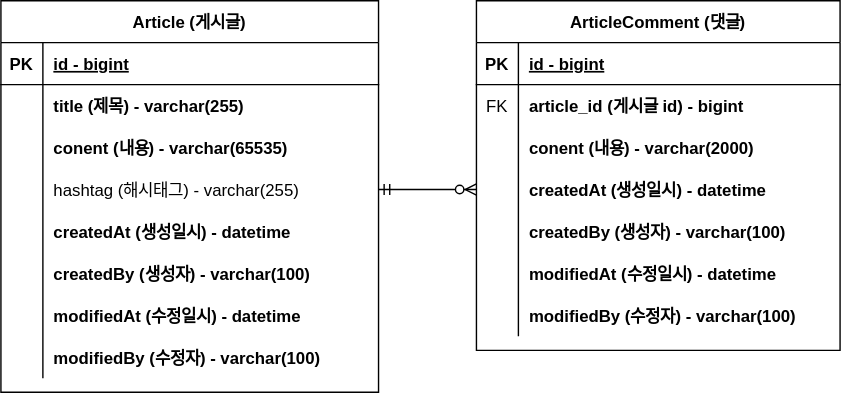
This is document/project-board-erd.svg from djkeh/fastcampus-project-board, a draw.io export, as it was before one commit. Source tidied: cells renumbered, new cells last; positions are measured from the earlier drawing's top-left corner, leaving out a move shared by most shapes. Source of this version:
```xml
<mxGraphModel>
  <root>
    <mxCell id="0" />
    <mxCell id="1" parent="0" />
    <mxCell id="2" value="Article (게시글)" style="shape=table;startSize=30;rowLines=0;fontStyle=1;align=center;" parent="1" vertex="1">
      <mxGeometry width="270" height="280" as="geometry" />
    </mxCell>
    <mxCell id="3" style="shape=tableRow;horizontal=0;startSize=0;swimlaneHead=0;swimlaneBody=0;fillColor=none;top=0;left=0;right=0;bottom=1;" parent="2" vertex="1">
      <mxGeometry y="30" width="270" height="30" as="geometry" />
    </mxCell>
    <mxCell id="4" value="PK" style="shape=partialRectangle;fillColor=none;top=0;left=0;bottom=0;right=0;fontStyle=1;overflow=hidden;" parent="3" vertex="1">
      <mxGeometry width="30" height="30" as="geometry" />
    </mxCell>
    <mxCell id="5" value="id - bigint" style="shape=partialRectangle;fillColor=none;top=0;left=0;bottom=0;right=0;align=left;spacingLeft=6;fontStyle=5;overflow=hidden;" parent="3" vertex="1">
      <mxGeometry x="30" width="240" height="30" as="geometry" />
    </mxCell>
    <mxCell id="6" style="shape=tableRow;horizontal=0;startSize=0;swimlaneHead=0;swimlaneBody=0;fillColor=none;top=0;left=0;right=0;bottom=0;" parent="2" vertex="1">
      <mxGeometry y="60" width="270" height="30" as="geometry" />
    </mxCell>
    <mxCell id="7" style="shape=partialRectangle;fillColor=none;top=0;left=0;bottom=0;right=0;overflow=hidden;" parent="6" vertex="1">
      <mxGeometry width="30" height="30" as="geometry" />
    </mxCell>
    <mxCell id="8" value="title (제목) - varchar(255)" style="shape=partialRectangle;fillColor=none;top=0;left=0;bottom=0;right=0;align=left;spacingLeft=6;overflow=hidden;fontStyle=1;" parent="6" vertex="1">
      <mxGeometry x="30" width="240" height="30" as="geometry" />
    </mxCell>
    <mxCell id="9" style="shape=tableRow;horizontal=0;startSize=0;swimlaneHead=0;swimlaneBody=0;fillColor=none;top=0;left=0;right=0;bottom=0;" parent="2" vertex="1">
      <mxGeometry y="90" width="270" height="30" as="geometry" />
    </mxCell>
    <mxCell id="10" style="shape=partialRectangle;fillColor=none;top=0;left=0;bottom=0;right=0;overflow=hidden;" parent="9" vertex="1">
      <mxGeometry width="30" height="30" as="geometry" />
    </mxCell>
    <mxCell id="11" value="conent (내용) - varchar(65535)" style="shape=partialRectangle;fillColor=none;top=0;left=0;bottom=0;right=0;align=left;spacingLeft=6;overflow=hidden;fontStyle=1;" parent="9" vertex="1">
      <mxGeometry x="30" width="240" height="30" as="geometry" />
    </mxCell>
    <mxCell id="12" style="shape=tableRow;horizontal=0;startSize=0;swimlaneHead=0;swimlaneBody=0;fillColor=none;points=[[0,0.5],[1,0.5]];portConstraint=eastwest;top=0;left=0;right=0;bottom=0;" parent="2" vertex="1">
      <mxGeometry y="120" width="270" height="30" as="geometry" />
    </mxCell>
    <mxCell id="13" style="shape=partialRectangle;fillColor=none;top=0;left=0;bottom=0;right=0;overflow=hidden;" parent="12" vertex="1">
      <mxGeometry width="30" height="30" as="geometry" />
    </mxCell>
    <mxCell id="14" value="hashtag (해시태그) - varchar(255)" style="shape=partialRectangle;fillColor=none;top=0;left=0;bottom=0;right=0;align=left;spacingLeft=6;overflow=hidden;" parent="12" vertex="1">
      <mxGeometry x="30" width="240" height="30" as="geometry" />
    </mxCell>
    <mxCell id="15" style="shape=tableRow;horizontal=0;startSize=0;swimlaneHead=0;swimlaneBody=0;fillColor=none;top=0;left=0;right=0;bottom=0;" parent="2" vertex="1">
      <mxGeometry y="150" width="270" height="30" as="geometry" />
    </mxCell>
    <mxCell id="16" style="shape=partialRectangle;fillColor=none;top=0;left=0;bottom=0;right=0;overflow=hidden;" parent="15" vertex="1">
      <mxGeometry width="30" height="30" as="geometry" />
    </mxCell>
    <mxCell id="17" value="createdAt (생성일시) - datetime" style="shape=partialRectangle;fillColor=none;top=0;left=0;bottom=0;right=0;align=left;spacingLeft=6;overflow=hidden;fontStyle=1;" parent="15" vertex="1">
      <mxGeometry x="30" width="240" height="30" as="geometry" />
    </mxCell>
    <mxCell id="18" style="shape=tableRow;horizontal=0;startSize=0;swimlaneHead=0;swimlaneBody=0;fillColor=none;top=0;left=0;right=0;bottom=0;" parent="2" vertex="1">
      <mxGeometry y="180" width="270" height="30" as="geometry" />
    </mxCell>
    <mxCell id="19" style="shape=partialRectangle;fillColor=none;top=0;left=0;bottom=0;right=0;overflow=hidden;" parent="18" vertex="1">
      <mxGeometry width="30" height="30" as="geometry" />
    </mxCell>
    <mxCell id="20" value="createdBy (생성자) - varchar(100)" style="shape=partialRectangle;fillColor=none;top=0;left=0;bottom=0;right=0;align=left;spacingLeft=6;overflow=hidden;fontStyle=1;" parent="18" vertex="1">
      <mxGeometry x="30" width="240" height="30" as="geometry" />
    </mxCell>
    <mxCell id="21" style="shape=tableRow;horizontal=0;startSize=0;swimlaneHead=0;swimlaneBody=0;fillColor=none;top=0;left=0;right=0;bottom=0;" parent="2" vertex="1">
      <mxGeometry y="210" width="270" height="30" as="geometry" />
    </mxCell>
    <mxCell id="22" style="shape=partialRectangle;fillColor=none;top=0;left=0;bottom=0;right=0;overflow=hidden;" parent="21" vertex="1">
      <mxGeometry width="30" height="30" as="geometry" />
    </mxCell>
    <mxCell id="23" value="modifiedAt (수정일시) - datetime" style="shape=partialRectangle;fillColor=none;top=0;left=0;bottom=0;right=0;align=left;spacingLeft=6;overflow=hidden;fontStyle=1;" parent="21" vertex="1">
      <mxGeometry x="30" width="240" height="30" as="geometry" />
    </mxCell>
    <mxCell id="24" style="shape=tableRow;horizontal=0;startSize=0;swimlaneHead=0;swimlaneBody=0;fillColor=none;top=0;left=0;right=0;bottom=0;" parent="2" vertex="1">
      <mxGeometry y="240" width="270" height="30" as="geometry" />
    </mxCell>
    <mxCell id="25" style="shape=partialRectangle;fillColor=none;top=0;left=0;bottom=0;right=0;overflow=hidden;" parent="24" vertex="1">
      <mxGeometry width="30" height="30" as="geometry" />
    </mxCell>
    <mxCell id="26" value="modifiedBy (수정자) - varchar(100)" style="shape=partialRectangle;fillColor=none;top=0;left=0;bottom=0;right=0;align=left;spacingLeft=6;overflow=hidden;fontStyle=1;" parent="24" vertex="1">
      <mxGeometry x="30" width="240" height="30" as="geometry" />
    </mxCell>
    <mxCell id="27" value="ArticleComment (댓글)" style="shape=table;startSize=30;rowLines=0;fontStyle=1;align=center;" parent="1" vertex="1">
      <mxGeometry x="340" width="260" height="250" as="geometry" />
    </mxCell>
    <mxCell id="28" style="shape=tableRow;horizontal=0;startSize=0;swimlaneHead=0;swimlaneBody=0;fillColor=none;top=0;left=0;right=0;bottom=1;" parent="27" vertex="1">
      <mxGeometry y="30" width="260" height="30" as="geometry" />
    </mxCell>
    <mxCell id="29" value="PK" style="shape=partialRectangle;fillColor=none;top=0;left=0;bottom=0;right=0;fontStyle=1;overflow=hidden;" parent="28" vertex="1">
      <mxGeometry width="30" height="30" as="geometry" />
    </mxCell>
    <mxCell id="30" value="id - bigint" style="shape=partialRectangle;fillColor=none;top=0;left=0;bottom=0;right=0;align=left;spacingLeft=6;fontStyle=5;overflow=hidden;" parent="28" vertex="1">
      <mxGeometry x="30" width="230" height="30" as="geometry" />
    </mxCell>
    <mxCell id="31" style="shape=tableRow;horizontal=0;startSize=0;swimlaneHead=0;swimlaneBody=0;fillColor=none;top=0;left=0;right=0;bottom=0;" parent="27" vertex="1">
      <mxGeometry y="60" width="260" height="30" as="geometry" />
    </mxCell>
    <mxCell id="32" value="FK" style="shape=partialRectangle;fillColor=none;top=0;left=0;bottom=0;right=0;overflow=hidden;" parent="31" vertex="1">
      <mxGeometry width="30" height="30" as="geometry" />
    </mxCell>
    <mxCell id="33" value="article_id (게시글 id) - bigint" style="shape=partialRectangle;fillColor=none;top=0;left=0;bottom=0;right=0;align=left;spacingLeft=6;overflow=hidden;fontStyle=1;" parent="31" vertex="1">
      <mxGeometry x="30" width="230" height="30" as="geometry" />
    </mxCell>
    <mxCell id="34" style="shape=tableRow;horizontal=0;startSize=0;swimlaneHead=0;swimlaneBody=0;fillColor=none;top=0;left=0;right=0;bottom=0;" parent="27" vertex="1">
      <mxGeometry y="90" width="260" height="30" as="geometry" />
    </mxCell>
    <mxCell id="35" style="shape=partialRectangle;fillColor=none;top=0;left=0;bottom=0;right=0;overflow=hidden;" parent="34" vertex="1">
      <mxGeometry width="30" height="30" as="geometry" />
    </mxCell>
    <mxCell id="36" value="conent (내용) - varchar(2000)" style="shape=partialRectangle;fillColor=none;top=0;left=0;bottom=0;right=0;align=left;spacingLeft=6;overflow=hidden;fontStyle=1;" parent="34" vertex="1">
      <mxGeometry x="30" width="230" height="30" as="geometry" />
    </mxCell>
    <mxCell id="37" style="shape=tableRow;horizontal=0;startSize=0;swimlaneHead=0;swimlaneBody=0;fillColor=none;points=[[0,0.5],[1,0.5]];portConstraint=eastwest;top=0;left=0;right=0;bottom=0;" parent="27" vertex="1">
      <mxGeometry y="120" width="260" height="30" as="geometry" />
    </mxCell>
    <mxCell id="38" style="shape=partialRectangle;fillColor=none;top=0;left=0;bottom=0;right=0;overflow=hidden;" parent="37" vertex="1">
      <mxGeometry width="30" height="30" as="geometry" />
    </mxCell>
    <mxCell id="39" value="createdAt (생성일시) - datetime" style="shape=partialRectangle;fillColor=none;top=0;left=0;bottom=0;right=0;align=left;spacingLeft=6;overflow=hidden;fontStyle=1;" parent="37" vertex="1">
      <mxGeometry x="30" width="230" height="30" as="geometry" />
    </mxCell>
    <mxCell id="40" style="shape=tableRow;horizontal=0;startSize=0;swimlaneHead=0;swimlaneBody=0;fillColor=none;top=0;left=0;right=0;bottom=0;" parent="27" vertex="1">
      <mxGeometry y="150" width="260" height="30" as="geometry" />
    </mxCell>
    <mxCell id="41" style="shape=partialRectangle;fillColor=none;top=0;left=0;bottom=0;right=0;overflow=hidden;" parent="40" vertex="1">
      <mxGeometry width="30" height="30" as="geometry" />
    </mxCell>
    <mxCell id="42" value="createdBy (생성자) - varchar(100)" style="shape=partialRectangle;fillColor=none;top=0;left=0;bottom=0;right=0;align=left;spacingLeft=6;overflow=hidden;fontStyle=1;" parent="40" vertex="1">
      <mxGeometry x="30" width="230" height="30" as="geometry" />
    </mxCell>
    <mxCell id="43" style="shape=tableRow;horizontal=0;startSize=0;swimlaneHead=0;swimlaneBody=0;fillColor=none;top=0;left=0;right=0;bottom=0;" parent="27" vertex="1">
      <mxGeometry y="180" width="260" height="30" as="geometry" />
    </mxCell>
    <mxCell id="44" style="shape=partialRectangle;fillColor=none;top=0;left=0;bottom=0;right=0;overflow=hidden;" parent="43" vertex="1">
      <mxGeometry width="30" height="30" as="geometry" />
    </mxCell>
    <mxCell id="45" value="modifiedAt (수정일시) - datetime" style="shape=partialRectangle;fillColor=none;top=0;left=0;bottom=0;right=0;align=left;spacingLeft=6;overflow=hidden;fontStyle=1;" parent="43" vertex="1">
      <mxGeometry x="30" width="230" height="30" as="geometry" />
    </mxCell>
    <mxCell id="46" style="shape=tableRow;horizontal=0;startSize=0;swimlaneHead=0;swimlaneBody=0;fillColor=none;top=0;left=0;right=0;bottom=0;" parent="27" vertex="1">
      <mxGeometry y="210" width="260" height="30" as="geometry" />
    </mxCell>
    <mxCell id="47" style="shape=partialRectangle;fillColor=none;top=0;left=0;bottom=0;right=0;overflow=hidden;" parent="46" vertex="1">
      <mxGeometry width="30" height="30" as="geometry" />
    </mxCell>
    <mxCell id="48" value="modifiedBy (수정자) - varchar(100)" style="shape=partialRectangle;fillColor=none;top=0;left=0;bottom=0;right=0;align=left;spacingLeft=6;overflow=hidden;fontStyle=1;" parent="46" vertex="1">
      <mxGeometry x="30" width="230" height="30" as="geometry" />
    </mxCell>
    <mxCell id="49" style="edgeStyle=entityRelationEdgeStyle;fontSize=12;html=1;endArrow=ERzeroToMany;startArrow=ERmandOne;rounded=0;exitX=1;exitY=0.5;exitDx=0;exitDy=0;entryX=0;entryY=0.5;entryDx=0;entryDy=0;" parent="1" edge="1" source="12" target="37">
      <mxGeometry relative="1" as="geometry" />
    </mxCell>
  </root>
</mxGraphModel>
```
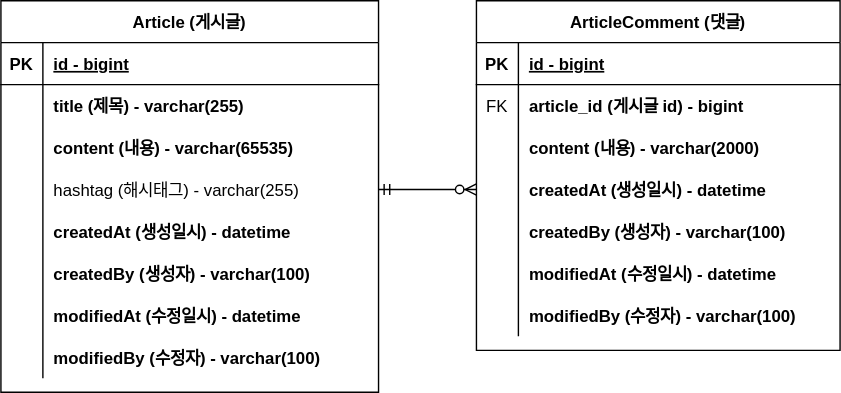
Later version of the same file.

What changed in the source:
```diff
@@ -29,7 +29,7 @@
     <mxCell id="10" style="shape=partialRectangle;fillColor=none;top=0;left=0;bottom=0;right=0;overflow=hidden;" parent="9" vertex="1">
       <mxGeometry width="30" height="30" as="geometry" />
     </mxCell>
-    <mxCell id="11" value="conent (내용) - varchar(65535)" style="shape=partialRectangle;fillColor=none;top=0;left=0;bottom=0;right=0;align=left;spacingLeft=6;overflow=hidden;fontStyle=1;" parent="9" vertex="1">
+    <mxCell id="11" value="content (내용) - varchar(65535)" style="shape=partialRectangle;fillColor=none;top=0;left=0;bottom=0;right=0;align=left;spacingLeft=6;overflow=hidden;fontStyle=1;" parent="9" vertex="1">
       <mxGeometry x="30" width="240" height="30" as="geometry" />
     </mxCell>
     <mxCell id="12" style="shape=tableRow;horizontal=0;startSize=0;swimlaneHead=0;swimlaneBody=0;fillColor=none;points=[[0,0.5],[1,0.5]];portConstraint=eastwest;top=0;left=0;right=0;bottom=0;" parent="2" vertex="1">
@@ -104,7 +104,7 @@
     <mxCell id="35" style="shape=partialRectangle;fillColor=none;top=0;left=0;bottom=0;right=0;overflow=hidden;" parent="34" vertex="1">
       <mxGeometry width="30" height="30" as="geometry" />
     </mxCell>
-    <mxCell id="36" value="conent (내용) - varchar(2000)" style="shape=partialRectangle;fillColor=none;top=0;left=0;bottom=0;right=0;align=left;spacingLeft=6;overflow=hidden;fontStyle=1;" parent="34" vertex="1">
+    <mxCell id="36" value="content (내용) - varchar(2000)" style="shape=partialRectangle;fillColor=none;top=0;left=0;bottom=0;right=0;align=left;spacingLeft=6;overflow=hidden;fontStyle=1;" parent="34" vertex="1">
       <mxGeometry x="30" width="230" height="30" as="geometry" />
     </mxCell>
     <mxCell id="37" style="shape=tableRow;horizontal=0;startSize=0;swimlaneHead=0;swimlaneBody=0;fillColor=none;points=[[0,0.5],[1,0.5]];portConstraint=eastwest;top=0;left=0;right=0;bottom=0;" parent="27" vertex="1">
```
